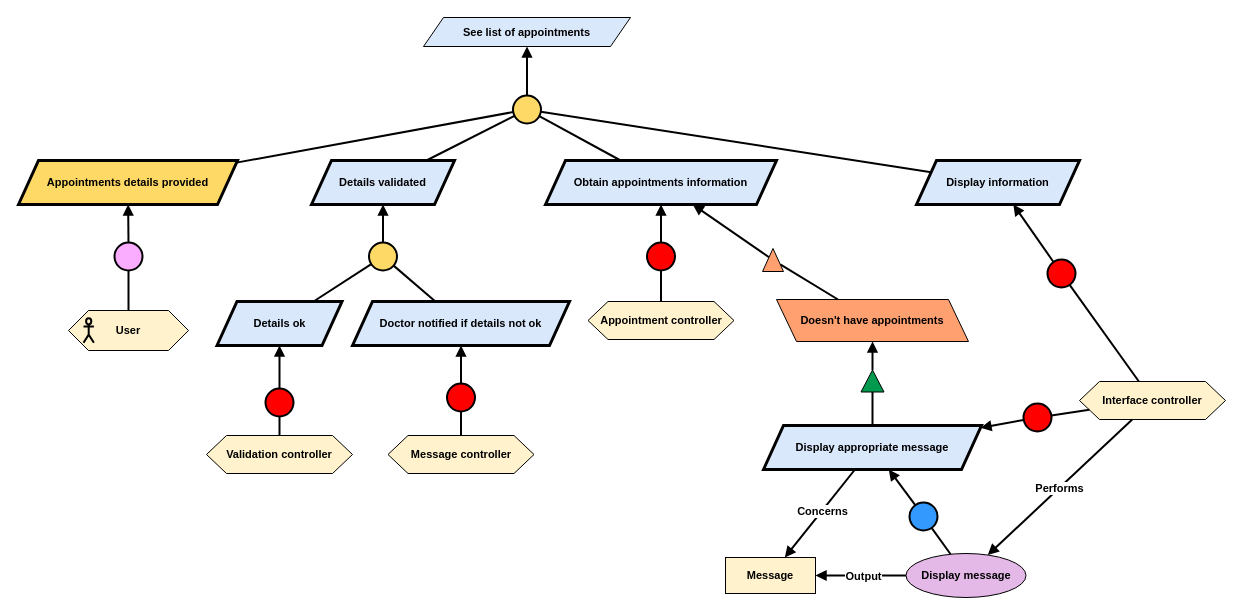
This is Kaos/KAOS 11.drawio from RafaelCMira/myclinic-msp-project, a draw.io file, before an edit. Source tidied: cells renumbered, new cells numbered last; positions are measured from the earlier drawing's top-left corner, leaving out a move shared by most shapes. Both pictures are drawn from the tidied source at 100%, with x=0, y=0 at pixel (18, 17).
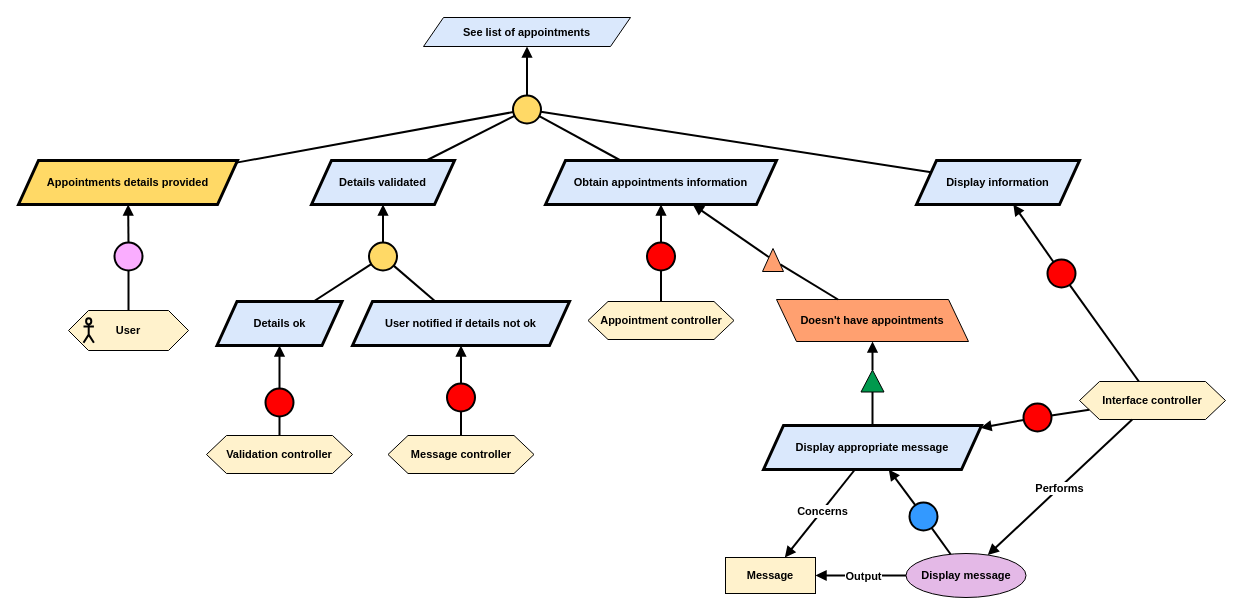
After the change.

What changed in the source:
```diff
@@
-    <mxCell id="26" value="&lt;b&gt;Doctor notified if details not ok&lt;/b&gt;" style="shape=parallelogram;perimeter=parallelogramPerimeter;whiteSpace=wrap;html=1;fixedSize=1;fillColor=#dae8fc;strokeColor=#000000;strokeWidth=3;fontFamily=Helvetica;fontSize=11;fontColor=default;labelBackgroundColor=none;" parent="1" vertex="1">
+    <mxCell id="26" value="&lt;b&gt;User notified if details not ok&lt;/b&gt;" style="shape=parallelogram;perimeter=parallelogramPerimeter;whiteSpace=wrap;html=1;fixedSize=1;fillColor=#dae8fc;strokeColor=#000000;strokeWidth=3;fontFamily=Helvetica;fontSize=11;fontColor=default;labelBackgroundColor=none;" parent="1" vertex="1">
       <mxGeometry x="334" y="284" width="217" height="44" as="geometry" />
     </mxCell>
```
